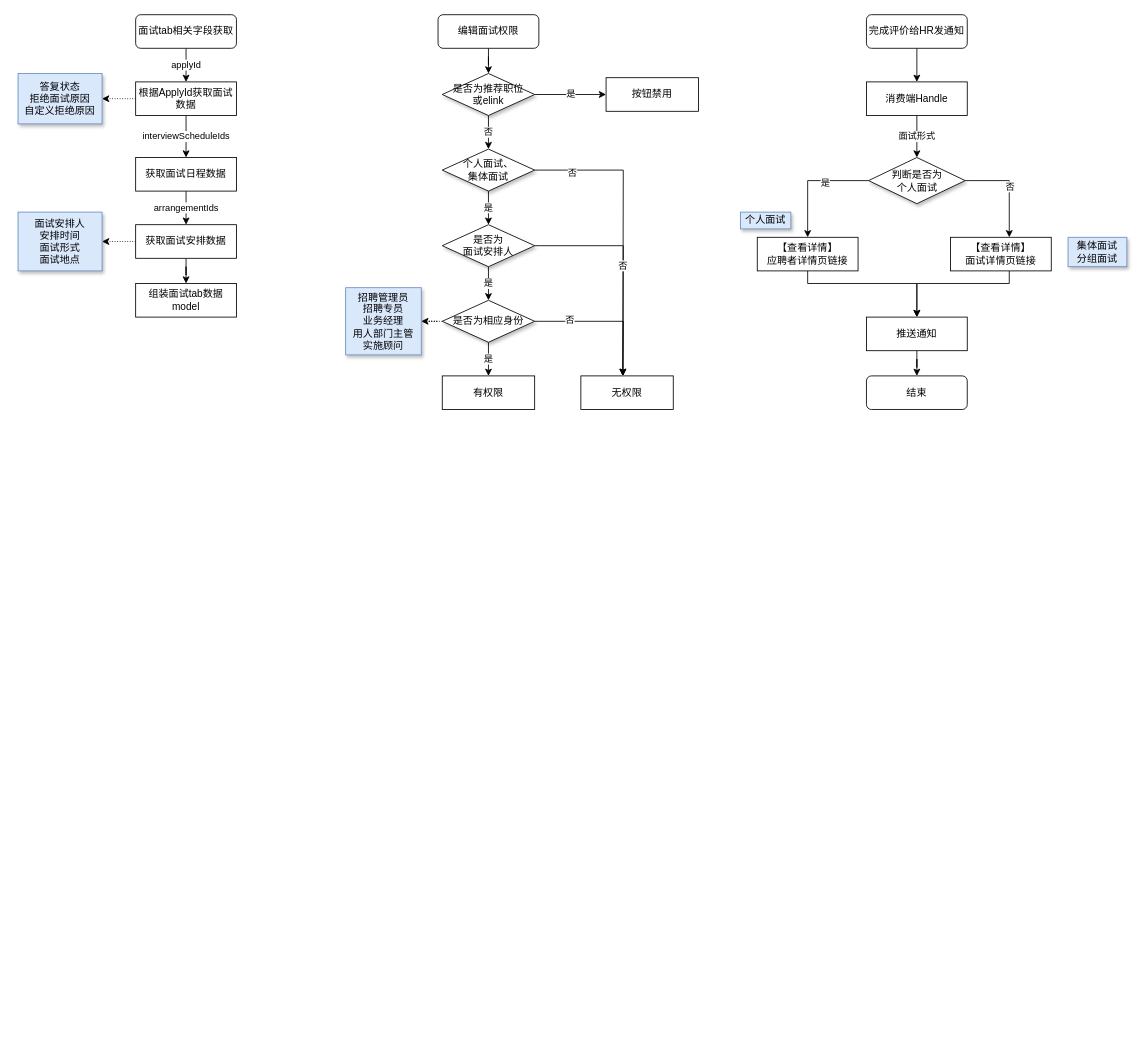
Above: 未命名绘图.drawio in mozhu33/Diagrams (draw.io), before the change. Source tidied: cells renumbered, new cells numbered last; positions are measured from the earlier drawing's top-left corner, leaving out a move shared by most shapes. Both pictures are drawn from the tidied source at 84%, with x=0, y=0 at pixel (18, 14).
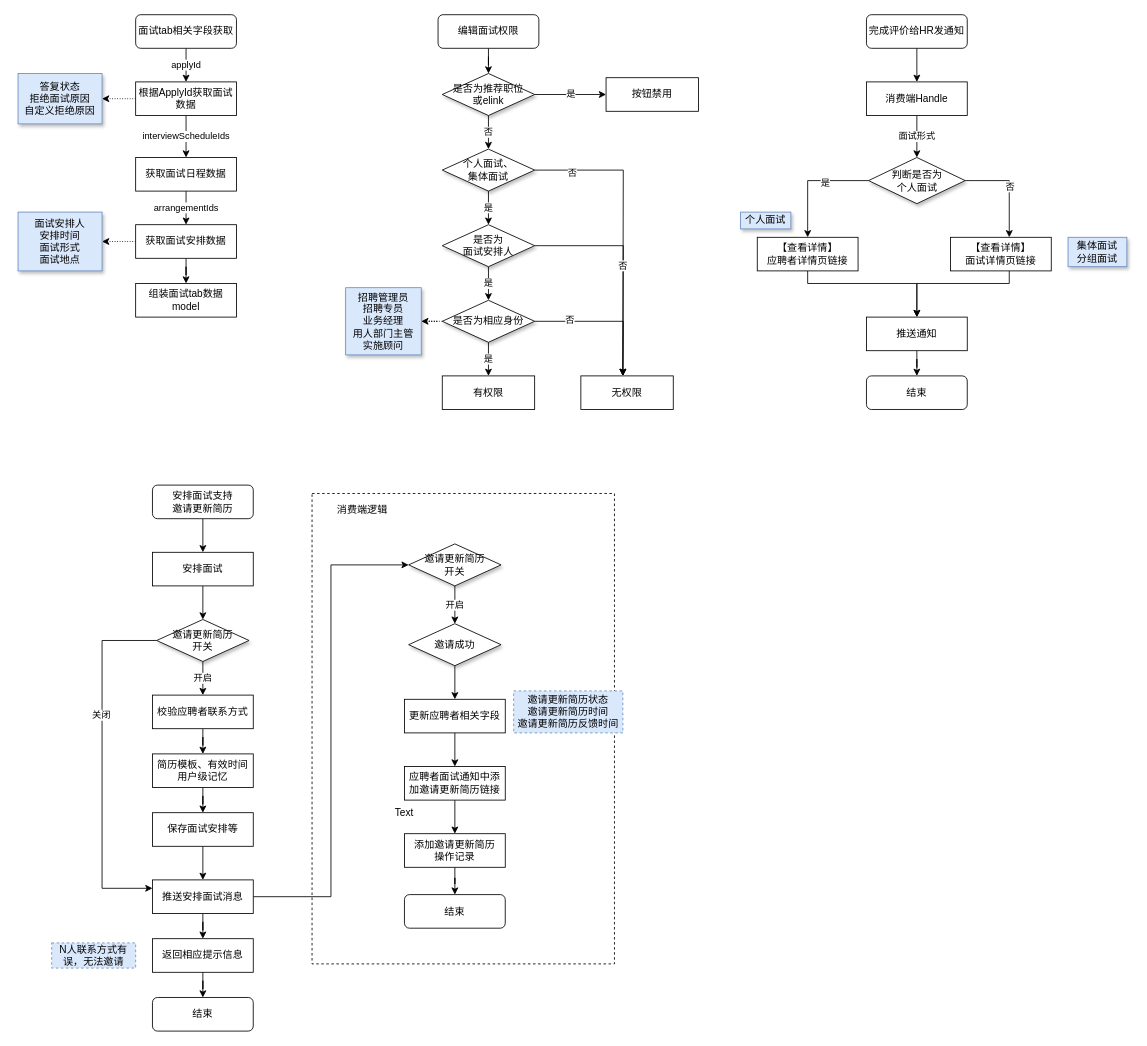
After the change.

Commit message:
Update 未命名绘图.drawio

What changed in the source:
```diff
@@
+    <mxCell id="54" style="rounded=0;whiteSpace=wrap;html=1;fillColor=none;dashed=1;" parent="1" vertex="1">
+      <mxGeometry x="350" y="570" width="360" height="560" as="geometry" />
+    </mxCell>
@@
+    <mxCell id="55" style="edgeStyle=orthogonalEdgeStyle;rounded=0;jettySize=auto;html=1;" parent="1" edge="1" source="56" target="58">
+      <mxGeometry relative="1" as="geometry" />
+    </mxCell>
+    <mxCell id="56" value="安排面试支持&lt;br&gt;邀请更新简历" style="rounded=1;whiteSpace=wrap;html=1;" parent="1" vertex="1">
+      <mxGeometry x="160" y="560" width="120" height="40" as="geometry" />
+    </mxCell>
+    <mxCell id="57" style="edgeStyle=orthogonalEdgeStyle;rounded=0;jettySize=auto;html=1;" parent="1" edge="1" source="58" target="62">
+      <mxGeometry relative="1" as="geometry" />
+    </mxCell>
+    <mxCell id="58" value="安排面试" style="rounded=0;whiteSpace=wrap;html=1;" parent="1" vertex="1">
+      <mxGeometry x="160" y="640" width="120" height="40" as="geometry" />
+    </mxCell>
+    <mxCell id="59" style="edgeStyle=orthogonalEdgeStyle;rounded=0;jettySize=auto;html=1;entryX=0;entryY=0.25;entryDx=0;entryDy=0;" parent="1" edge="1" source="62" target="67">
+      <mxGeometry relative="1" as="geometry">
+        <Array as="points">
+          <mxPoint x="100" y="745" />
+          <mxPoint x="100" y="1040" />
+        </Array>
+      </mxGeometry>
+    </mxCell>
+    <mxCell id="60" value="关闭" style="edgeLabel;html=1;align=center;verticalAlign=middle;" parent="59" vertex="1">
+      <mxGeometry x="-0.27" y="-2" relative="1" as="geometry" />
+    </mxCell>
+    <mxCell id="61" value="开启" style="edgeStyle=orthogonalEdgeStyle;rounded=0;jettySize=auto;html=1;" parent="1" edge="1" source="62" target="80">
+      <mxGeometry relative="1" as="geometry" />
+    </mxCell>
+    <mxCell id="62" value="邀请更新简历&lt;br&gt;开关" style="rhombus;whiteSpace=wrap;html=1;shadow=1;" parent="1" vertex="1">
+      <mxGeometry x="165" y="720" width="110" height="50" as="geometry" />
+    </mxCell>
+    <mxCell id="63" style="edgeStyle=orthogonalEdgeStyle;rounded=0;jettySize=auto;html=1;" parent="1" edge="1" source="64" target="82">
+      <mxGeometry relative="1" as="geometry" />
+    </mxCell>
+    <mxCell id="64" value="简历模板、有效时间用户级记忆" style="rounded=0;whiteSpace=wrap;html=1;" parent="1" vertex="1">
+      <mxGeometry x="160" y="880" width="120" height="40" as="geometry" />
+    </mxCell>
+    <mxCell id="65" style="edgeStyle=orthogonalEdgeStyle;rounded=0;jettySize=auto;html=1;entryX=0;entryY=0.5;entryDx=0;entryDy=0;" parent="1" edge="1" source="67" target="69">
+      <mxGeometry relative="1" as="geometry" />
+    </mxCell>
+    <mxCell id="66" style="edgeStyle=orthogonalEdgeStyle;rounded=0;jettySize=auto;html=1;" parent="1" edge="1" source="67" target="84">
+      <mxGeometry relative="1" as="geometry" />
+    </mxCell>
+    <mxCell id="67" value="推送安排面试消息" style="rounded=0;whiteSpace=wrap;html=1;" parent="1" vertex="1">
+      <mxGeometry x="160" y="1030" width="120" height="40" as="geometry" />
+    </mxCell>
+    <mxCell id="68" value="开启" style="edgeStyle=orthogonalEdgeStyle;rounded=0;jettySize=auto;html=1;" parent="1" edge="1" source="69" target="71">
+      <mxGeometry relative="1" as="geometry" />
+    </mxCell>
+    <mxCell id="69" value="邀请更新简历&lt;br&gt;开关" style="rhombus;whiteSpace=wrap;html=1;shadow=1;" parent="1" vertex="1">
+      <mxGeometry x="465" y="630" width="110" height="50" as="geometry" />
+    </mxCell>
+    <mxCell id="70" style="edgeStyle=orthogonalEdgeStyle;rounded=0;jettySize=auto;html=1;" parent="1" edge="1" source="71" target="73">
+      <mxGeometry relative="1" as="geometry" />
+    </mxCell>
+    <mxCell id="71" value="邀请成功" style="rhombus;whiteSpace=wrap;html=1;shadow=1;" parent="1" vertex="1">
+      <mxGeometry x="465" y="725" width="110" height="50" as="geometry" />
+    </mxCell>
+    <mxCell id="72" style="edgeStyle=orthogonalEdgeStyle;rounded=0;jettySize=auto;html=1;" parent="1" edge="1" source="73" target="75">
+      <mxGeometry relative="1" as="geometry" />
+    </mxCell>
+    <mxCell id="73" value="更新应聘者相关字段" style="rounded=0;whiteSpace=wrap;html=1;" parent="1" vertex="1">
+      <mxGeometry x="460" y="815" width="120" height="40" as="geometry" />
+    </mxCell>
+    <mxCell id="74" style="edgeStyle=orthogonalEdgeStyle;rounded=0;jettySize=auto;html=1;" parent="1" edge="1" source="75" target="77">
+      <mxGeometry relative="1" as="geometry" />
+    </mxCell>
+    <mxCell id="75" value="应聘者面试通知中添加邀请更新简历链接" style="rounded=0;whiteSpace=wrap;html=1;" parent="1" vertex="1">
+      <mxGeometry x="460" y="895" width="120" height="40" as="geometry" />
+    </mxCell>
+    <mxCell id="76" style="edgeStyle=orthogonalEdgeStyle;rounded=0;jettySize=auto;html=1;" parent="1" edge="1" source="77" target="78">
+      <mxGeometry relative="1" as="geometry" />
+    </mxCell>
+    <mxCell id="77" value="添加邀请更新简历&lt;br&gt;操作记录" style="rounded=0;whiteSpace=wrap;html=1;" parent="1" vertex="1">
+      <mxGeometry x="460" y="975" width="120" height="40" as="geometry" />
+    </mxCell>
+    <mxCell id="78" value="结束" style="rounded=1;whiteSpace=wrap;html=1;" parent="1" vertex="1">
+      <mxGeometry x="460" y="1047.5" width="120" height="40" as="geometry" />
+    </mxCell>
+    <mxCell id="79" style="edgeStyle=orthogonalEdgeStyle;rounded=0;jettySize=auto;html=1;" parent="1" edge="1" source="80" target="64">
+      <mxGeometry relative="1" as="geometry" />
+    </mxCell>
+    <mxCell id="80" value="校验应聘者联系方式" style="rounded=0;whiteSpace=wrap;html=1;" parent="1" vertex="1">
+      <mxGeometry x="160" y="810" width="120" height="40" as="geometry" />
+    </mxCell>
+    <mxCell id="81" style="edgeStyle=orthogonalEdgeStyle;rounded=0;jettySize=auto;html=1;" parent="1" edge="1" source="82" target="67">
+      <mxGeometry relative="1" as="geometry" />
+    </mxCell>
+    <mxCell id="82" value="保存面试安排等" style="rounded=0;whiteSpace=wrap;html=1;" parent="1" vertex="1">
+      <mxGeometry x="160" y="950" width="120" height="40" as="geometry" />
+    </mxCell>
+    <mxCell id="83" style="edgeStyle=orthogonalEdgeStyle;rounded=0;jettySize=auto;html=1;" parent="1" edge="1" source="84" target="85">
+      <mxGeometry relative="1" as="geometry" />
+    </mxCell>
+    <mxCell id="84" value="返回相应提示信息" style="rounded=0;whiteSpace=wrap;html=1;" parent="1" vertex="1">
+      <mxGeometry x="160" y="1100" width="120" height="40" as="geometry" />
+    </mxCell>
+    <mxCell id="85" value="结束" style="rounded=1;whiteSpace=wrap;html=1;" parent="1" vertex="1">
+      <mxGeometry x="160" y="1170" width="120" height="40" as="geometry" />
+    </mxCell>
+    <mxCell id="86" value="消费端逻辑" style="text;html=1;strokeColor=none;fillColor=none;align=center;verticalAlign=middle;whiteSpace=wrap;rounded=0;dashed=1;" parent="1" vertex="1">
+      <mxGeometry x="370" y="580" width="80" height="20" as="geometry" />
+    </mxCell>
+    <mxCell id="87" value="Text" style="text;html=1;strokeColor=none;fillColor=none;align=center;verticalAlign=middle;whiteSpace=wrap;rounded=0;dashed=1;" parent="1" vertex="1">
+      <mxGeometry x="440" y="940" width="40" height="20" as="geometry" />
+    </mxCell>
+    <mxCell id="88" value="N人联系方式有误，无法邀请" style="text;html=1;strokeColor=#6c8ebf;fillColor=#dae8fc;align=center;verticalAlign=middle;whiteSpace=wrap;rounded=0;dashed=1;" parent="1" vertex="1">
+      <mxGeometry x="40" y="1105" width="100" height="30" as="geometry" />
+    </mxCell>
+    <mxCell id="89" value="邀请更新简历状态&lt;br&gt;邀请更新简历时间&lt;br&gt;邀请更新简历反馈时间" style="text;html=1;strokeColor=#6c8ebf;fillColor=#dae8fc;align=center;verticalAlign=middle;whiteSpace=wrap;rounded=0;dashed=1;" parent="1" vertex="1">
+      <mxGeometry x="590" y="805" width="130" height="50" as="geometry" />
+    </mxCell>
```
